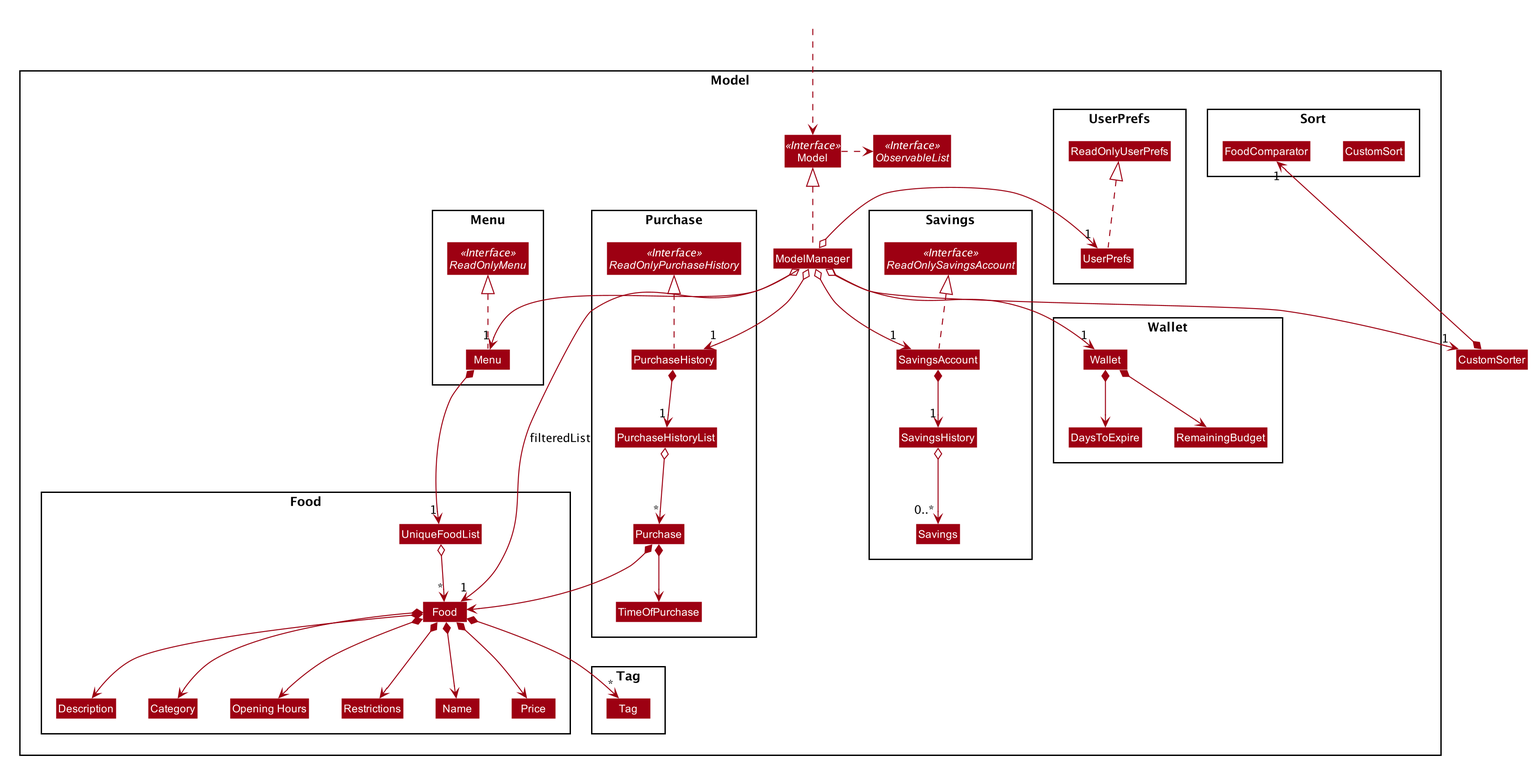
The PlantUML diagram images/ModelClassDiagram.png in AY1920S1-CS2103T-F13-2/main, before a commit.
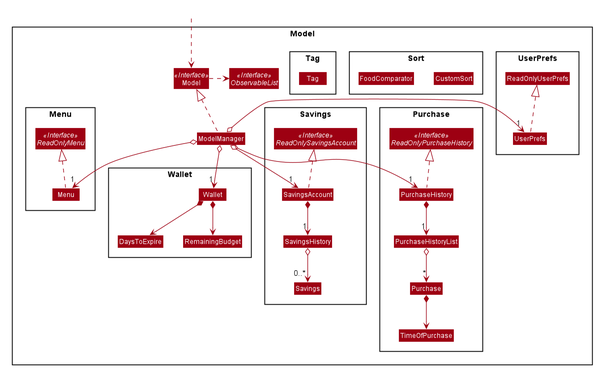
After the change.

Change to the diagram source:
```diff
@@ -73,17 +73,6 @@
 Class FoodComparator
 }
 
-Package Food {
-Class Food
-Class Description
-Class Category
-Class "Opening Hours"
-Class Name
-Class Price
-Class UniqueFoodList
-Class Restrictions
-}
-
 Package Savings {
 Interface ReadOnlySavingsAccount <<Interface>>
 Class SavingsAccount
@@ -120,17 +109,13 @@
 ModelManager o--> "1" Menu
 ModelManager o--> "1" PurchaseHistory
 ModelManager o--> "1" Wallet
-ModelManager o--> "1" CustomSorter
 ModelManager o--> "1" SavingsAccount
 ModelManager o-left-> "1" UserPrefs
 UserPrefs .up.|> ReadOnlyUserPrefs
 
-CustomSorter *--> "1" FoodComparator
-
 PurchaseHistory .up.|> ReadOnlyPurchaseHistory
 PurchaseHistory *--> "1" PurchaseHistoryList
 PurchaseHistoryList o--> "*" Purchase
-Purchase *--> Food
 Purchase *--> TimeOfPurchase
 
 Wallet *--> DaysToExpire
@@ -141,19 +126,4 @@
 SavingsAccount *--> "1" SavingsHistory
 SavingsHistory o--> "0..*" Savings
 
-Menu *--> "1" UniqueFoodList
-UniqueFoodList o--> "*" Food
-Food *--> Name
-Food *--> Price
-Food *--> Description
-Food *--> Category
-Food *--> "Opening Hours"
-Food *--> "*" Tag
-Food *--> Restrictions
-
-Name -[hidden]right-> Price
-Price -[hidden]right-> Description
-Description -[hidden]right-> Category
-
-ModelManager -->"1" Food : filteredList
 @enduml
```
